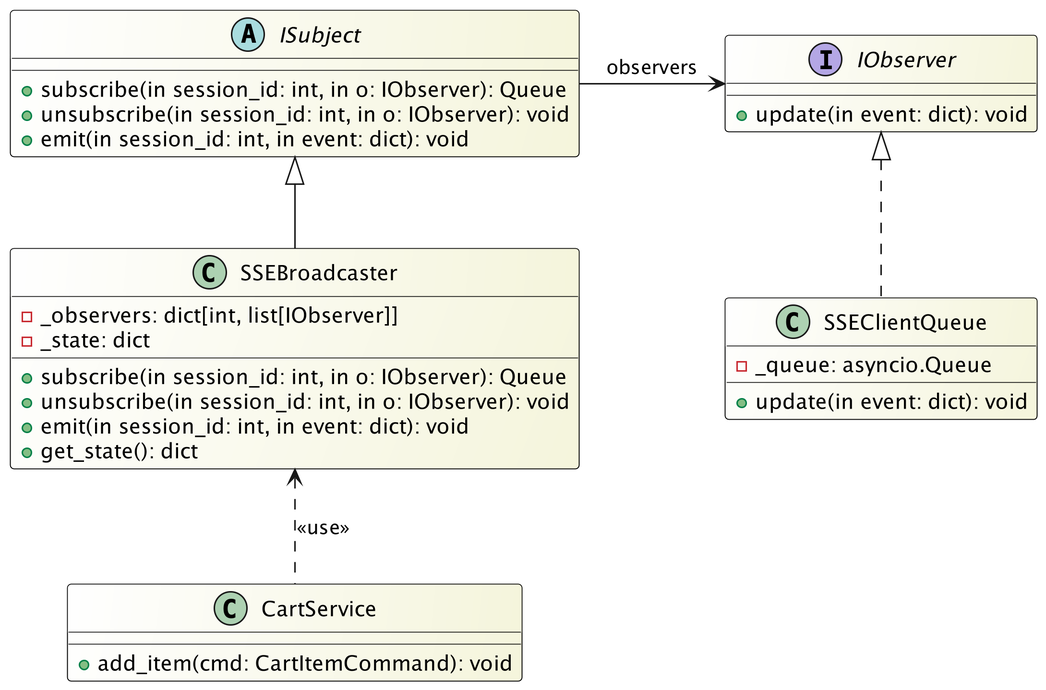
Before: src/PB/Documentazione Esterna/Contenuti/componenti_specifiche_tecniche/architetturalogica/observer_uml.png, a diagram exported from PlantUML (swenightpro/Documentazione).
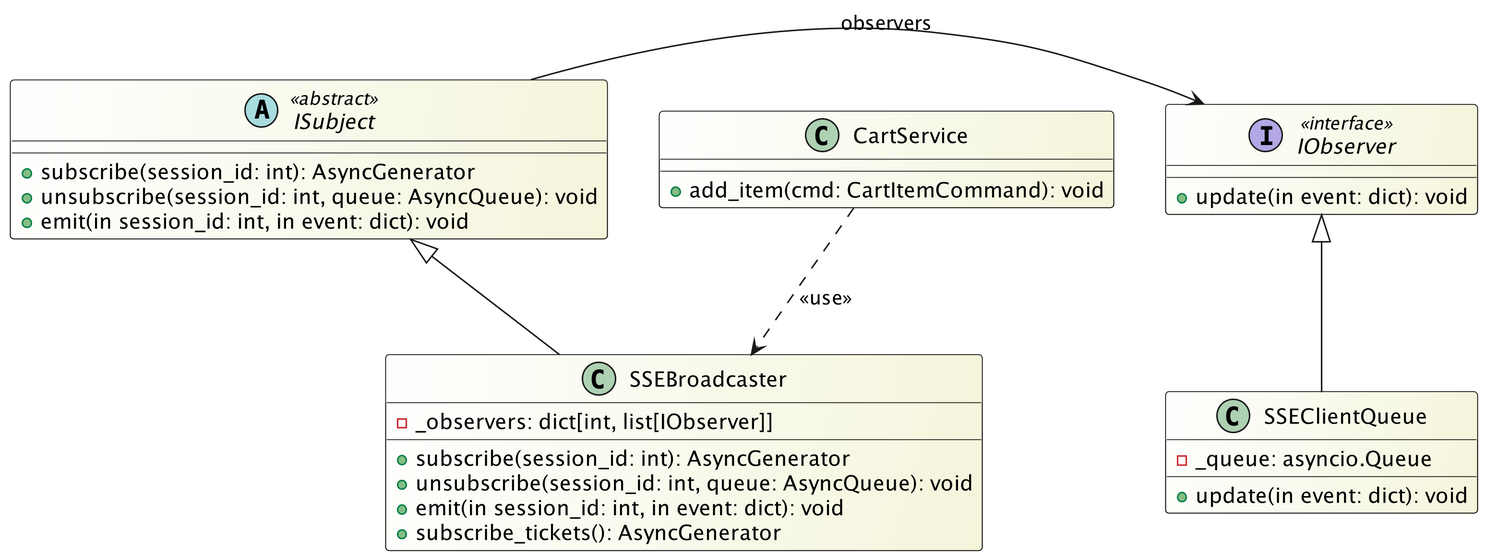
After the change.

Change to the diagram source:
```diff
@@ -1,40 +1,39 @@
 @startuml
-skinparam dpi 300
 skinparam monochrome false
 skinparam classBackgroundColor White/Beige
 skinparam classBorderColor Black
+skinparam dpi 300
+skinparam componentStyle uml2
 
-abstract class ISubject {
-  +subscribe(in session_id: int, in o: IObserver): Queue
-  +unsubscribe(in session_id: int, in o: IObserver): void
-  +emit(in session_id: int, in event: dict): void
+abstract class ISubject <<abstract>> {
+  + subscribe(session_id: int): AsyncGenerator
+  + unsubscribe(session_id: int, queue: AsyncQueue): void
+  + emit(in session_id: int, in event: dict): void
 }
 
-interface IObserver {
-  +update(in event: dict): void
+interface IObserver <<interface>> {
+  + update(in event: dict): void
 }
 
 class SSEBroadcaster {
-  -_observers: dict[int, list[IObserver]]
-  -_state: dict
-  +subscribe(in session_id: int, in o: IObserver): Queue
-  +unsubscribe(in session_id: int, in o: IObserver): void
-  +emit(in session_id: int, in event: dict): void
-  +get_state(): dict
+  - _observers: dict[int, list[IObserver]]
+  + subscribe(session_id: int): AsyncGenerator
+  + unsubscribe(session_id: int, queue: AsyncQueue): void
+  + emit(in session_id: int, in event: dict): void
+  + subscribe_tickets(): AsyncGenerator
 }
 
 class SSEClientQueue {
-  -_queue: asyncio.Queue
-  +update(in event: dict): void
+  - _queue: asyncio.Queue
+  + update(in event: dict): void
 }
 
 class CartService {
-  +add_item(cmd: CartItemCommand): void
+  + add_item(cmd: CartItemCommand): void
 }
 
 ISubject -> IObserver : observers
 SSEBroadcaster -up-|> ISubject
-SSEClientQueue .up.|> IObserver
-CartService .up.> SSEBroadcaster : <<use>>
-
+SSEClientQueue -up-|> IObserver
+CartService ..> SSEBroadcaster : <<use>>
 @enduml
```
